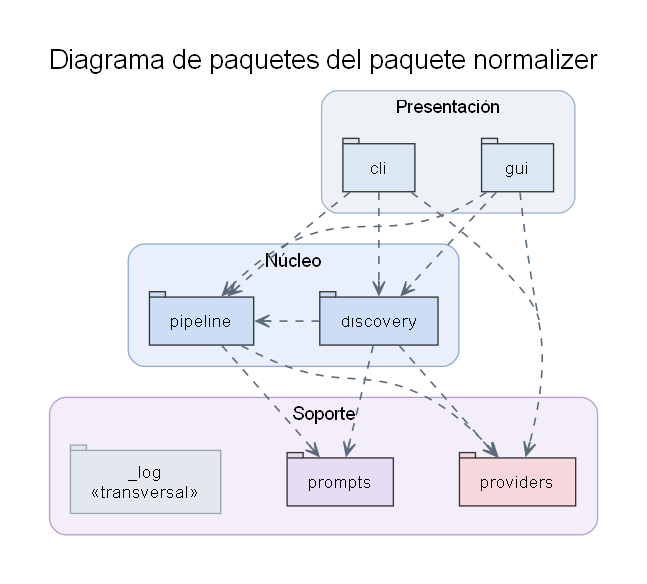
git-uni/llms-normalization-bd-models-tool keeps this Graphviz diagram as memoria/assets/diagramas/paquetes.png. Above is the earlier version. Its source is kept beside it as memoria/assets/diagramas/paquetes.dot. The source it was exported from:
```dot
digraph paquetes {
    rankdir=TB; compound=true; bgcolor="white"; pad=0.4;
    nodesep=0.7; ranksep=1.1; fontname="Helvetica";
    splines=spline; concentrate=true;
    labelloc="t"; fontsize=20;
    label="Diagrama de paquetes del paquete normalizer";

    node [fontname="Helvetica", fontsize=13, shape=tab, style="filled",
          color="#333333", margin="0.22,0.12"];
    edge [fontname="Helvetica", fontsize=10, color="#5b6b7a", style=dashed,
          arrowhead=vee, penwidth=1.2];

    subgraph cluster_pres {
        label="Presentación"; fontsize=14; style="filled,rounded";
        fillcolor="#eef2f7"; color="#9fb3c8"; margin=16;
        cli [label="cli", fillcolor="#dbe7f3"];
        gui [label="gui", fillcolor="#dbe7f3"];
    }
    subgraph cluster_core {
        label="Núcleo"; fontsize=14; style="filled,rounded";
        fillcolor="#eaf0fb"; color="#8fa9d6"; margin=16;
        discovery [label="discovery", fillcolor="#cdddf6"];
        pipeline  [label="pipeline", fillcolor="#cdddf6"];
    }
    subgraph cluster_sup {
        label="Soporte"; fontsize=14; style="filled,rounded";
        fillcolor="#f3eef9"; color="#b69fd0"; margin=16;
        providers [label="providers", fillcolor="#f7d7dc"];
        prompts   [label="prompts", fillcolor="#e6dcf3"];
        logp      [label="_log\n«transversal»", fillcolor="#e3e8ee", color="#9aa6b2"];
    }

    cli -> discovery;
    cli -> pipeline;
    cli -> providers;
    gui -> discovery;
    gui -> pipeline;
    gui -> providers;
    discovery -> pipeline [constraint=false];   // única intra-capa (PipelineCancelled)
    discovery -> prompts;
    discovery -> providers;
    pipeline -> prompts;
    pipeline -> providers;

    pipeline -> logp [style=invis];
}
```
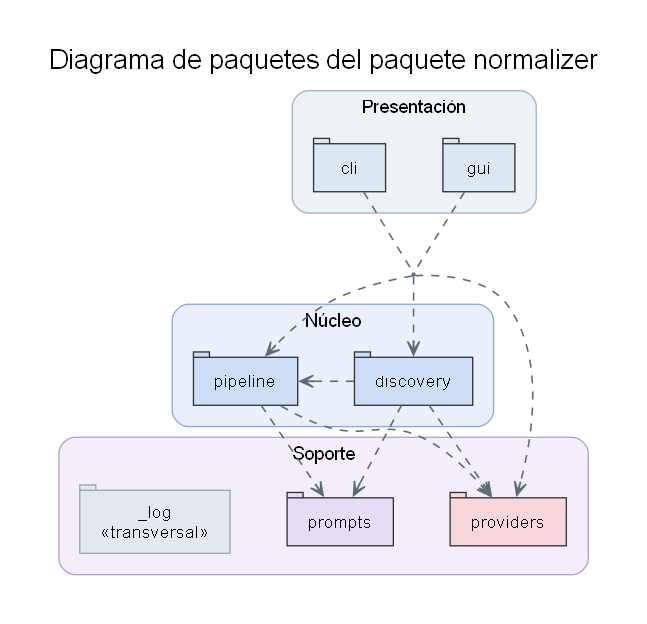
After the commit.

Change to the diagram source:
```diff
@@ -1,6 +1,6 @@
 digraph paquetes {
     rankdir=TB; compound=true; bgcolor="white"; pad=0.4;
-    nodesep=0.7; ranksep=1.1; fontname="Helvetica";
+    nodesep=0.6; ranksep=0.85; fontname="Helvetica";
     splines=spline; concentrate=true;
     labelloc="t"; fontsize=20;
     label="Diagrama de paquetes del paquete normalizer";
@@ -19,28 +19,29 @@
     subgraph cluster_core {
         label="Núcleo"; fontsize=14; style="filled,rounded";
         fillcolor="#eaf0fb"; color="#8fa9d6"; margin=16;
+        pipeline  [label="pipeline", fillcolor="#cdddf6"];
         discovery [label="discovery", fillcolor="#cdddf6"];
-        pipeline  [label="pipeline", fillcolor="#cdddf6"];
     }
     subgraph cluster_sup {
         label="Soporte"; fontsize=14; style="filled,rounded";
         fillcolor="#f3eef9"; color="#b69fd0"; margin=16;
+        logp      [label="_log\n«transversal»", fillcolor="#e3e8ee", color="#9aa6b2"];
+        prompts   [label="prompts", fillcolor="#e6dcf3"];
         providers [label="providers", fillcolor="#f7d7dc"];
-        prompts   [label="prompts", fillcolor="#e6dcf3"];
-        logp      [label="_log\n«transversal»", fillcolor="#e3e8ee", color="#9aa6b2"];
     }
 
-    cli -> discovery;
-    cli -> pipeline;
-    cli -> providers;
-    gui -> discovery;
-    gui -> pipeline;
-    gui -> providers;
-    discovery -> pipeline [constraint=false];   // única intra-capa (PipelineCancelled)
+    presj [shape=point, width=0.03, color="#5b6b7a"];
+    cli -> presj [dir=none];
+    gui -> presj [dir=none];
+    presj -> pipeline;
+    presj -> discovery;
+    presj -> providers;
+
+    discovery -> pipeline [constraint=false];
+    pipeline  -> prompts;
+    pipeline  -> providers;
     discovery -> prompts;
     discovery -> providers;
-    pipeline -> prompts;
-    pipeline -> providers;
 
     pipeline -> logp [style=invis];
 }
```
